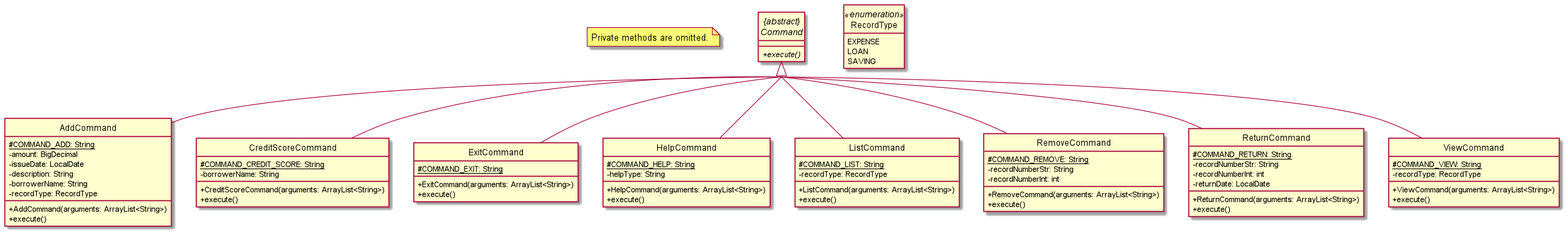
Before: docs/img/CommandClassDiagram.png, a diagram exported from PlantUML (nus-cs2113-AY2021S2/tp).
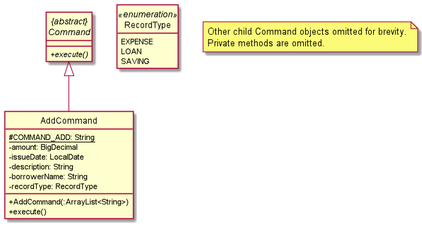
After the change.

What changed in the source:
```diff
@@ -2,7 +2,7 @@
 skinparam classAttributeIconSize 0
 hide circle
 
-note "Private methods are omitted." as N1
+note "Other child Command objects omitted for brevity.\nPrivate methods are omitted." as N1
 
 abstract class "{abstract}\nCommand" as Command {
     {abstract} +execute()
@@ -21,71 +21,15 @@
     -description: String
     -borrowerName: String
     -recordType: RecordType
-    +AddCommand(arguments: ArrayList<String>)
+    +AddCommand(:ArrayList<String>)
     +execute()
 }
 
-class CreditScoreCommand {
-    {static} #COMMAND_CREDIT_SCORE: String
-    -borrowerName: String
-    +CreditScoreCommand(arguments: ArrayList<String>)
-    +execute()
-}
+skinparam linetype polyline
 
-class ExitCommand {
-    {static} #COMMAND_EXIT: String
-    +ExitCommand(arguments: ArrayList<String>)
-    +execute()
-}
-
-class HelpCommand {
-    {static} #COMMAND_HELP: String
-    -helpType: String
-    +HelpCommand(arguments: ArrayList<String>)
-    +execute()
-}
-
-class ListCommand {
-    {static} #COMMAND_LIST: String
-    -recordType: RecordType
-    +ListCommand(arguments: ArrayList<String>)
-    +execute()
-}
-
-class RemoveCommand {
-    {static} #COMMAND_REMOVE: String
-    -recordNumberStr: String
-    -recordNumberInt: int
-    +RemoveCommand(arguments: ArrayList<String>)
-    +execute()
-}
-
-class ReturnCommand {
-    {static} #COMMAND_RETURN: String
-    -recordNumberStr: String
-    -recordNumberInt: int
-    -returnDate: LocalDate
-    +ReturnCommand(arguments: ArrayList<String>)
-    +execute()
-}
-
-class ViewCommand {
-    {static} #COMMAND_VIEW: String
-    -recordType: RecordType
-    +ViewCommand(arguments: ArrayList<String>)
-    +execute()
-}
-
-skinparam groupInheritance 3
 Command <|-- AddCommand
-Command <|-- CreditScoreCommand
-Command <|-- ExitCommand
-Command <|-- HelpCommand
-Command <|-- ListCommand
-Command <|-- RemoveCommand
-Command <|-- ReturnCommand
-Command <|-- ViewCommand
 
 hide RecordType empty members
+Command -right[hidden] RecordType
 
 @enduml
```
